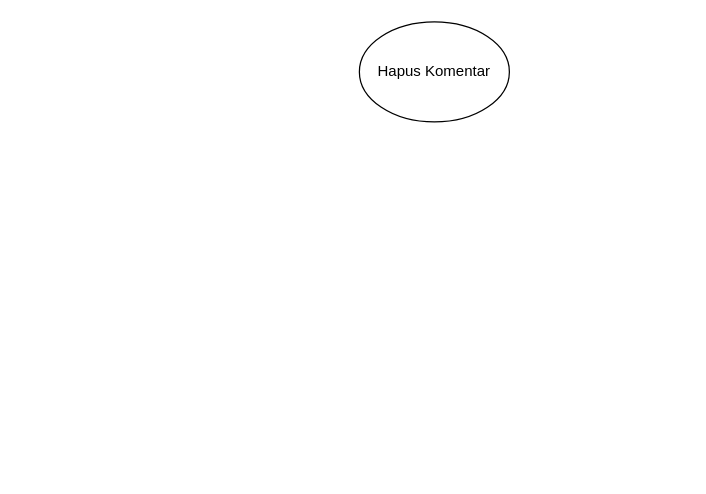
Earlier version of the draw.io diagram page "Page-7" (7 of 7) of Exercise.drawio (MFaisal00359/Kamu-nanyeaa). Source tidied: cells renumbered, new cells numbered last; positions are measured from the earlier drawing's top-left corner, leaving out a move shared by most shapes. Both pictures are drawn from the tidied source at 125%, with x=0, y=0 at pixel (359, 21).
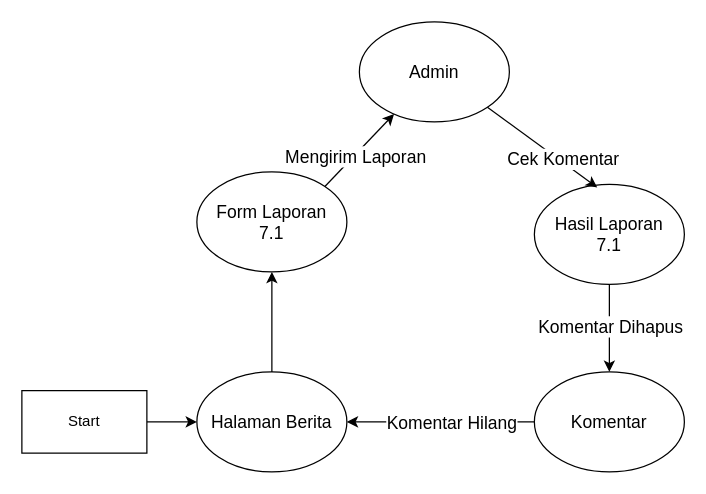
After the change.

What changed in the source:
```diff
@@
 <mxGraphModel>
   <root>
     <mxCell id="0" />
     <mxCell id="1" parent="0" />
-    <mxCell id="2" value="Hapus Komentar" style="ellipse;whiteSpace=wrap;html=1;" parent="1" vertex="1">
+    <mxCell id="2" value="Admin" style="ellipse;whiteSpace=wrap;html=1;fontSize=14;" parent="1" vertex="1">
       <mxGeometry width="120" height="80" as="geometry" />
     </mxCell>
+    <mxCell id="3" style="edgeStyle=orthogonalEdgeStyle;rounded=0;jettySize=auto;html=1;fontSize=14;" parent="1" edge="1" source="4" target="5">
+      <mxGeometry relative="1" as="geometry" />
+    </mxCell>
+    <mxCell id="4" value="Halaman Berita" style="ellipse;whiteSpace=wrap;html=1;fontSize=14;" parent="1" vertex="1">
+      <mxGeometry x="-130" y="280" width="120" height="80" as="geometry" />
+    </mxCell>
+    <mxCell id="5" value="Form Laporan&lt;br style=&quot;font-size: 14px;&quot;&gt;7.1" style="ellipse;whiteSpace=wrap;html=1;fontSize=14;" parent="1" vertex="1">
+      <mxGeometry x="-130" y="120" width="120" height="80" as="geometry" />
+    </mxCell>
+    <mxCell id="6" style="endArrow=classic;html=1;rounded=0;exitX=1;exitY=0;exitDx=0;exitDy=0;fontSize=14;" parent="1" edge="1" source="5" target="2">
+      <mxGeometry relative="1" as="geometry" />
+    </mxCell>
+    <mxCell id="7" value="Mengirim Laporan" style="edgeLabel;html=1;align=center;verticalAlign=middle;fontSize=14;" parent="6" vertex="1">
+      <mxGeometry x="-0.37" y="-4" relative="1" as="geometry">
+        <mxPoint x="4" y="-9" as="offset" />
+      </mxGeometry>
+    </mxCell>
+    <mxCell id="8" style="edgeStyle=orthogonalEdgeStyle;rounded=0;jettySize=auto;html=1;fontSize=14;" parent="1" edge="1" source="10" target="15">
+      <mxGeometry relative="1" as="geometry" />
+    </mxCell>
+    <mxCell id="9" value="Komentar Dihapus" style="edgeLabel;html=1;align=center;verticalAlign=middle;fontSize=14;" parent="8" vertex="1">
+      <mxGeometry x="-0.32" y="1" relative="1" as="geometry">
+        <mxPoint x="-1" y="9" as="offset" />
+      </mxGeometry>
+    </mxCell>
+    <mxCell id="10" value="Hasil Laporan&lt;br style=&quot;font-size: 14px;&quot;&gt;7.1" style="ellipse;whiteSpace=wrap;html=1;fontSize=14;" parent="1" vertex="1">
+      <mxGeometry x="140" y="130" width="120" height="80" as="geometry" />
+    </mxCell>
+    <mxCell id="11" style="endArrow=classic;html=1;rounded=0;entryX=0.419;entryY=0.031;entryDx=0;entryDy=0;entryPerimeter=0;exitX=1;exitY=1;exitDx=0;exitDy=0;fontSize=14;" parent="1" edge="1" source="2" target="10">
+      <mxGeometry relative="1" as="geometry" />
+    </mxCell>
+    <mxCell id="12" value="Cek Komentar" style="edgeLabel;html=1;align=center;verticalAlign=middle;fontSize=14;" parent="11" vertex="1">
+      <mxGeometry x="0.34" y="2" relative="1" as="geometry" />
+    </mxCell>
+    <mxCell id="13" style="edgeStyle=orthogonalEdgeStyle;rounded=0;jettySize=auto;html=1;entryX=1;entryY=0.5;entryDx=0;entryDy=0;fontSize=14;" parent="1" edge="1" source="15" target="4">
+      <mxGeometry relative="1" as="geometry" />
+    </mxCell>
+    <mxCell id="14" value="Komentar Hilang" style="edgeLabel;html=1;align=center;verticalAlign=middle;fontSize=14;" parent="13" vertex="1">
+      <mxGeometry x="-0.2" y="3" relative="1" as="geometry">
+        <mxPoint x="-7" y="-3" as="offset" />
+      </mxGeometry>
+    </mxCell>
+    <mxCell id="15" value="Komentar" style="ellipse;whiteSpace=wrap;html=1;fontSize=14;" parent="1" vertex="1">
+      <mxGeometry x="140" y="280" width="120" height="80" as="geometry" />
+    </mxCell>
+    <mxCell id="16" style="edgeStyle=orthogonalEdgeStyle;rounded=0;jettySize=auto;html=1;entryX=0;entryY=0.5;entryDx=0;entryDy=0;" parent="1" edge="1" source="17" target="4">
+      <mxGeometry relative="1" as="geometry" />
+    </mxCell>
+    <mxCell id="17" value="Start" style="rounded=0;whiteSpace=wrap;html=1;" parent="1" vertex="1">
+      <mxGeometry x="-270" y="295" width="100" height="50" as="geometry" />
+    </mxCell>
   </root>
 </mxGraphModel>
```
